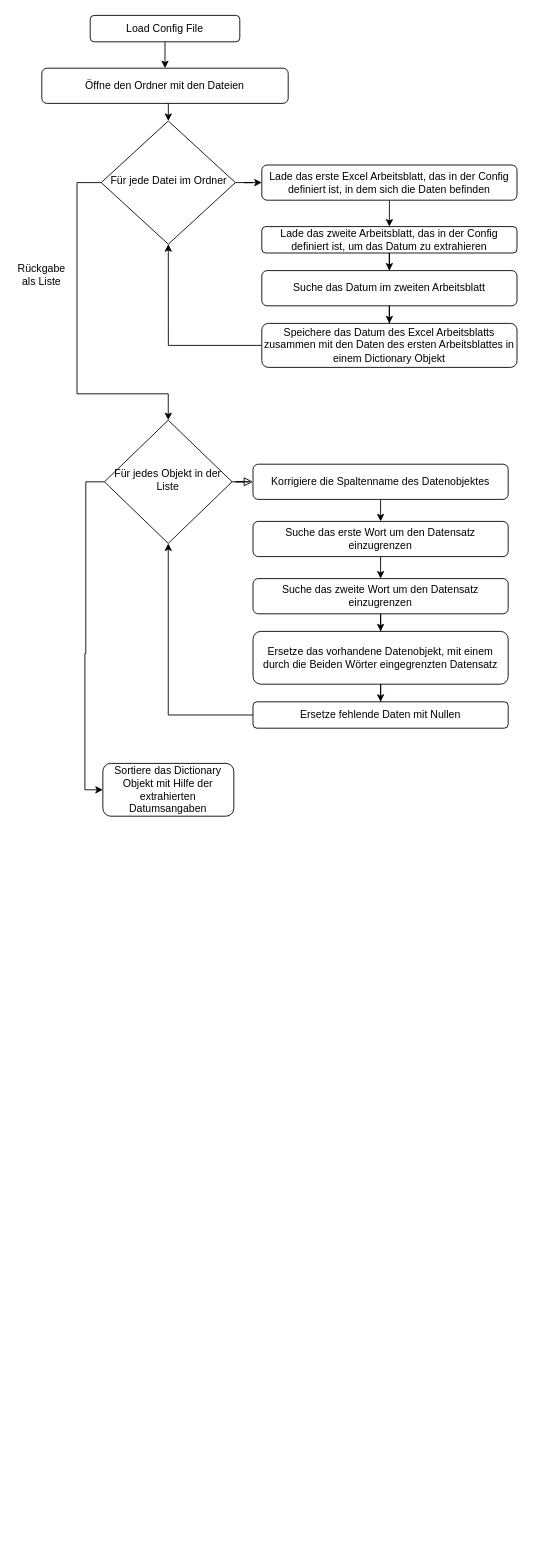
The draw.io diagram Ablaufdiagramm_Funktionen.drawio in INKSec/Diagramme, before the edit. Source tidied: cells renumbered, new cells numbered last; positions are measured from the earlier drawing's top-left corner, leaving out a move shared by most shapes. Both pictures are drawn from the tidied source at 88%, with x=0, y=0 at pixel (15, 15).
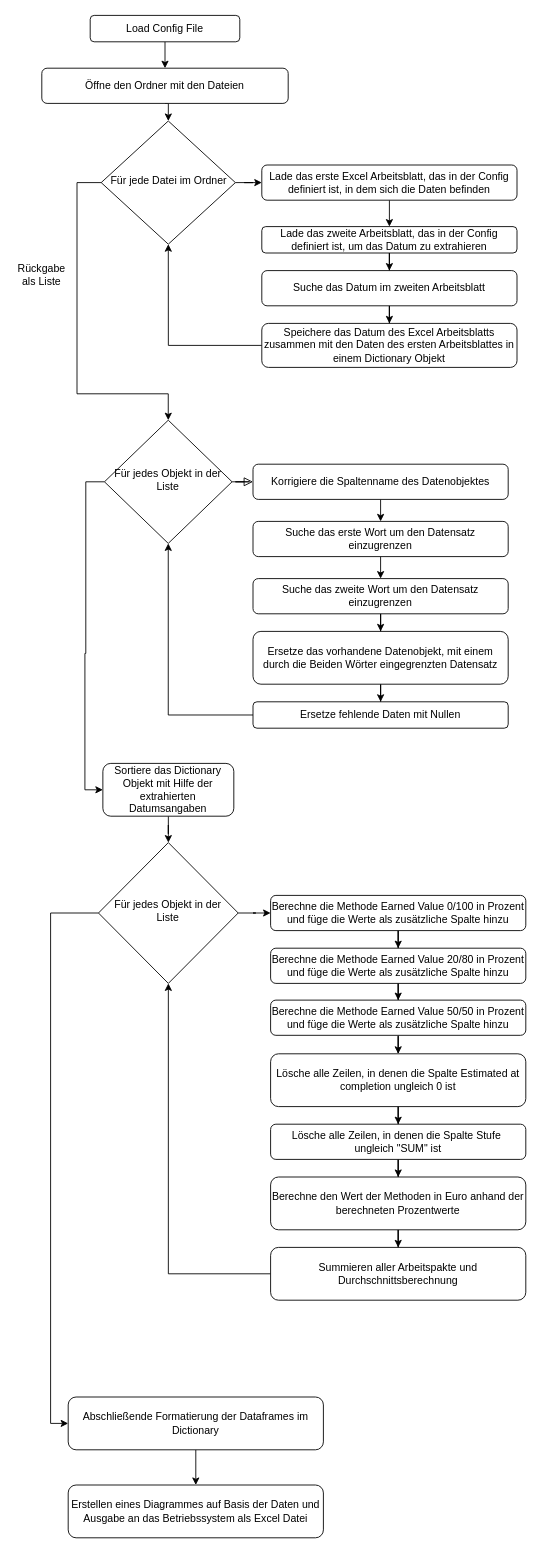
After the change.

Unchanged cells that the change refers to:
```xml
<mxCell id="31" value="Sortiere das Dictionary Objekt mit Hilfe der extrahierten Datumsangaben" style="rounded=1;whiteSpace=wrap;html=1;" parent="1" vertex="1">
  <mxGeometry x="99.4" y="850" width="148.8" height="60" as="geometry" />
</mxCell>
```

The edit, as a diff of the source:
```diff
@@
+    <mxCell id="32" style="edgeStyle=orthogonalEdgeStyle;rounded=0;jettySize=auto;html=1;entryX=0.5;entryY=0;entryDx=0;entryDy=0;" parent="1" edge="1" source="31" target="35">
+      <mxGeometry relative="1" as="geometry" />
+    </mxCell>
@@
+    <mxCell id="33" style="edgeStyle=orthogonalEdgeStyle;rounded=0;jettySize=auto;html=1;entryX=0;entryY=0.5;entryDx=0;entryDy=0;" parent="1" edge="1" source="35" target="37">
+      <mxGeometry relative="1" as="geometry" />
+    </mxCell>
+    <mxCell id="34" style="edgeStyle=orthogonalEdgeStyle;rounded=0;jettySize=auto;html=1;entryX=0;entryY=0.5;entryDx=0;entryDy=0;" parent="1" edge="1" source="35" target="51">
+      <mxGeometry relative="1" as="geometry">
+        <Array as="points">
+          <mxPoint x="40" y="1020" />
+          <mxPoint x="40" y="1600" />
+        </Array>
+      </mxGeometry>
+    </mxCell>
+    <mxCell id="35" value="Für jedes Objekt in der Liste" style="rhombus;whiteSpace=wrap;html=1;shadow=0;fontFamily=Helvetica;fontSize=12;align=center;strokeWidth=1;spacing=6;spacingTop=-4;" parent="1" vertex="1">
+      <mxGeometry x="94.4" y="940" width="158.8" height="160" as="geometry" />
+    </mxCell>
+    <mxCell id="36" style="edgeStyle=orthogonalEdgeStyle;rounded=0;jettySize=auto;html=1;" parent="1" edge="1" source="37" target="39">
+      <mxGeometry relative="1" as="geometry" />
+    </mxCell>
+    <mxCell id="37" value="Berechne die Methode Earned Value 0/100 in Prozent und füge die Werte als zusätzliche Spalte hinzu" style="rounded=1;whiteSpace=wrap;html=1;fontSize=12;glass=0;strokeWidth=1;shadow=0;" parent="1" vertex="1">
+      <mxGeometry x="290" y="1000" width="290" height="40" as="geometry" />
+    </mxCell>
+    <mxCell id="38" style="edgeStyle=orthogonalEdgeStyle;rounded=0;jettySize=auto;html=1;entryX=0.5;entryY=0;entryDx=0;entryDy=0;" parent="1" edge="1" source="39" target="41">
+      <mxGeometry relative="1" as="geometry" />
+    </mxCell>
+    <mxCell id="39" value="Berechne die Methode Earned Value 20/80 in Prozent und füge die Werte als zusätzliche Spalte hinzu" style="rounded=1;whiteSpace=wrap;html=1;fontSize=12;glass=0;strokeWidth=1;shadow=0;" parent="1" vertex="1">
+      <mxGeometry x="290" y="1060" width="290" height="40" as="geometry" />
+    </mxCell>
+    <mxCell id="40" style="edgeStyle=orthogonalEdgeStyle;rounded=0;jettySize=auto;html=1;entryX=0.5;entryY=0;entryDx=0;entryDy=0;" parent="1" edge="1" source="41" target="43">
+      <mxGeometry relative="1" as="geometry" />
+    </mxCell>
+    <mxCell id="41" value="Berechne die Methode Earned Value 50/50 in Prozent und füge die Werte als zusätzliche Spalte hinzu" style="rounded=1;whiteSpace=wrap;html=1;fontSize=12;glass=0;strokeWidth=1;shadow=0;" parent="1" vertex="1">
+      <mxGeometry x="290" y="1119" width="290" height="40" as="geometry" />
+    </mxCell>
+    <mxCell id="42" style="edgeStyle=orthogonalEdgeStyle;rounded=0;jettySize=auto;html=1;entryX=0.5;entryY=0;entryDx=0;entryDy=0;" parent="1" edge="1" source="43" target="45">
+      <mxGeometry relative="1" as="geometry" />
+    </mxCell>
+    <mxCell id="43" value="Lösche alle Zeilen, in denen die Spalte Estimated at completion ungleich 0 ist" style="rounded=1;whiteSpace=wrap;html=1;" parent="1" vertex="1">
+      <mxGeometry x="290" y="1180" width="290" height="60" as="geometry" />
+    </mxCell>
+    <mxCell id="44" style="edgeStyle=orthogonalEdgeStyle;rounded=0;jettySize=auto;html=1;" parent="1" edge="1" source="45" target="47">
+      <mxGeometry relative="1" as="geometry" />
+    </mxCell>
+    <mxCell id="45" value="Lösche alle Zeilen, in denen die Spalte Stufe&amp;nbsp; ungleich &quot;SUM&quot; ist" style="rounded=1;whiteSpace=wrap;html=1;" parent="1" vertex="1">
+      <mxGeometry x="290" y="1260" width="290" height="40" as="geometry" />
+    </mxCell>
+    <mxCell id="46" style="edgeStyle=orthogonalEdgeStyle;rounded=0;jettySize=auto;html=1;" parent="1" edge="1" source="47" target="49">
+      <mxGeometry relative="1" as="geometry" />
+    </mxCell>
+    <mxCell id="47" value="Berechne den Wert der Methoden in Euro anhand der berechneten Prozentwerte" style="rounded=1;whiteSpace=wrap;html=1;" parent="1" vertex="1">
+      <mxGeometry x="290" y="1320" width="290" height="60" as="geometry" />
+    </mxCell>
+    <mxCell id="48" style="edgeStyle=orthogonalEdgeStyle;rounded=0;jettySize=auto;html=1;entryX=0.5;entryY=1;entryDx=0;entryDy=0;" parent="1" edge="1" source="49" target="35">
+      <mxGeometry relative="1" as="geometry" />
+    </mxCell>
+    <mxCell id="49" value="Summieren aller Arbeitspakte und Durchschnittsberechnung" style="rounded=1;whiteSpace=wrap;html=1;" parent="1" vertex="1">
+      <mxGeometry x="290" y="1400" width="290" height="60" as="geometry" />
+    </mxCell>
+    <mxCell id="50" style="edgeStyle=orthogonalEdgeStyle;rounded=0;jettySize=auto;html=1;entryX=0.5;entryY=0;entryDx=0;entryDy=0;" parent="1" edge="1" source="51" target="52">
+      <mxGeometry relative="1" as="geometry" />
+    </mxCell>
+    <mxCell id="51" value="Abschließende Formatierung der Dataframes im Dictionary" style="rounded=1;whiteSpace=wrap;html=1;" parent="1" vertex="1">
+      <mxGeometry x="60" y="1570" width="290" height="60" as="geometry" />
+    </mxCell>
+    <mxCell id="52" value="Erstellen eines Diagrammes auf Basis der Daten und Ausgabe an das Betriebssystem als Excel Datei" style="rounded=1;whiteSpace=wrap;html=1;" parent="1" vertex="1">
+      <mxGeometry x="60" y="1670" width="290" height="60" as="geometry" />
+    </mxCell>
```
